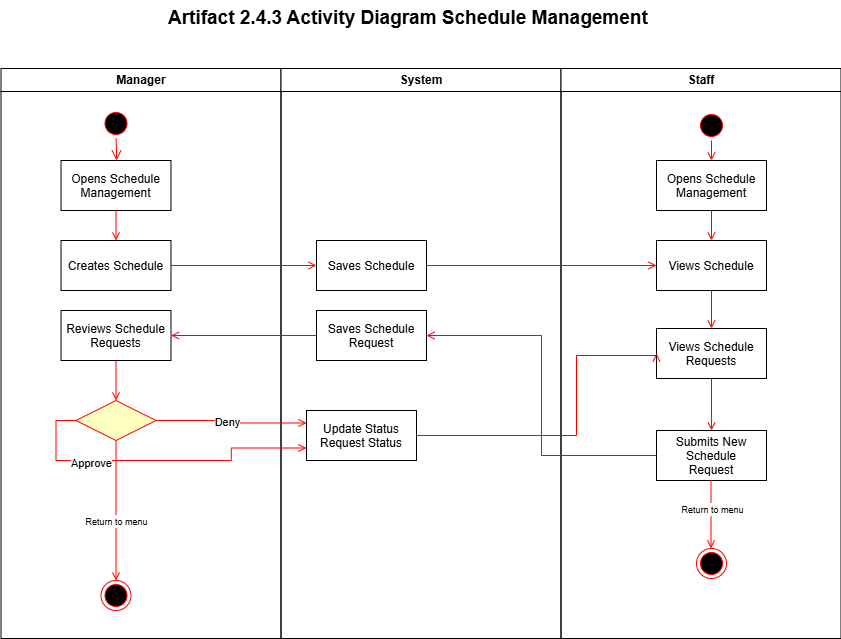
ReginaAqua/RestaurantManagementSystem keeps this draw.io diagram as Evidence Folder/2. Design Artifacts/Artifact 2.4 Activity Diagrams/Artifact 2.4.3 Activity Diagram Schedule Management.png. Above is the earlier version. Source tidied: cells renumbered, new cells last; positions are measured from the earlier drawing's top-left corner, leaving out a move shared by most shapes.
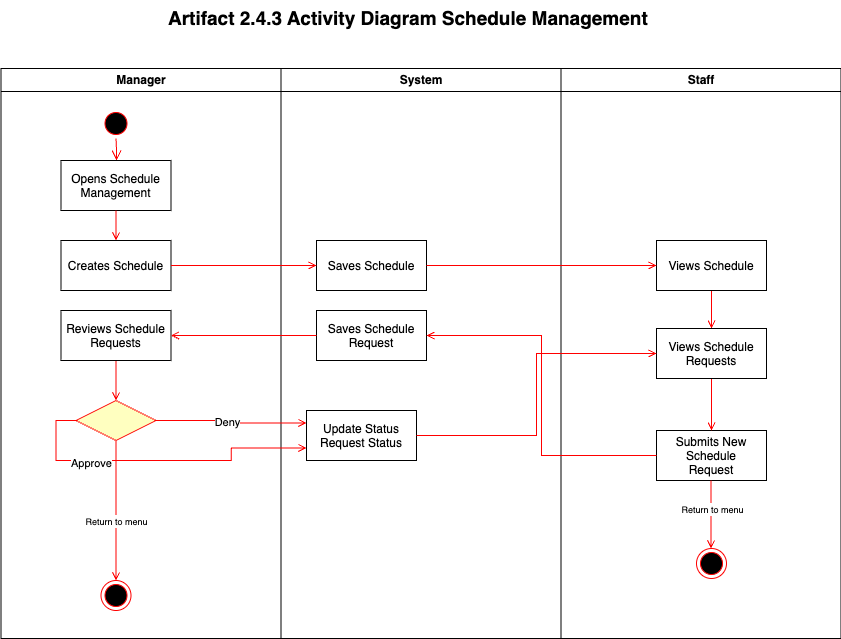
Above is the later version.

Commit message:
Added activity diagrams

What changed in the source:
```diff
@@ -63,18 +63,6 @@
     <mxCell id="20" value="Submits New&#10;Schedule&#10;Request" parent="19" vertex="1">
       <mxGeometry x="95.5" y="362" width="110" height="50" as="geometry" />
     </mxCell>
-    <mxCell id="21" style="edgeStyle=orthogonalEdgeStyle;shape=connector;rounded=0;jettySize=auto;html=1;exitX=0.5;exitY=1;exitDx=0;exitDy=0;entryX=0.5;entryY=0;entryDx=0;entryDy=0;strokeColor=light-dark(#ff0000, #ededed);align=center;verticalAlign=middle;fontFamily=Helvetica;fontSize=11;fontColor=default;labelBackgroundColor=default;endArrow=open;endFill=0;" parent="19" edge="1" source="22" target="24">
-      <mxGeometry relative="1" as="geometry" />
-    </mxCell>
-    <mxCell id="22" style="ellipse;shape=startState;fillColor=#000000;strokeColor=#ff0000;" parent="19" vertex="1">
-      <mxGeometry x="135.5" y="42" width="30" height="30" as="geometry" />
-    </mxCell>
-    <mxCell id="23" style="edgeStyle=orthogonalEdgeStyle;shape=connector;rounded=0;jettySize=auto;html=1;entryX=0.5;entryY=0;entryDx=0;entryDy=0;strokeColor=light-dark(#ff0000, #ededed);align=center;verticalAlign=middle;fontFamily=Helvetica;fontSize=11;fontColor=default;labelBackgroundColor=default;endArrow=open;endFill=0;" parent="19" edge="1" source="24" target="26">
-      <mxGeometry relative="1" as="geometry" />
-    </mxCell>
-    <mxCell id="24" value="Opens Schedule&#10;Management" parent="19" vertex="1">
-      <mxGeometry x="95.5" y="92" width="110" height="50" as="geometry" />
-    </mxCell>
     <mxCell id="25" style="edgeStyle=orthogonalEdgeStyle;shape=connector;rounded=0;jettySize=auto;html=1;entryX=0.5;entryY=0;entryDx=0;entryDy=0;strokeColor=light-dark(#ff0000, #ededed);align=center;verticalAlign=middle;fontFamily=Helvetica;fontSize=11;fontColor=default;labelBackgroundColor=default;endArrow=open;endFill=0;" parent="19" edge="1" source="26" target="28">
       <mxGeometry relative="1" as="geometry" />
     </mxCell>
@@ -128,16 +116,11 @@
     <mxCell id="40" value="Approve" style="edgeLabel;html=1;align=center;verticalAlign=middle;fontFamily=Helvetica;fontSize=11;fontColor=default;labelBackgroundColor=default;" parent="39" vertex="1">
       <mxGeometry x="-0.41" y="-2" relative="1" as="geometry" />
     </mxCell>
+    <mxCell id="42" value="&lt;b style=&quot;forced-color-adjust: none; color: rgb(0, 0, 0); font-family: Helvetica; font-size: 11px; font-style: normal; font-variant-ligatures: normal; font-variant-caps: normal; letter-spacing: normal; orphans: 2; text-indent: 0px; text-transform: none; widows: 2; word-spacing: 0px; -webkit-text-stroke-width: 0px; white-space: nowrap; text-decoration-thickness: initial; text-decoration-style: initial; text-decoration-color: initial; text-align: center;&quot;&gt;&lt;font style=&quot;forced-color-adjust: none; font-size: 19px;&quot;&gt;Artifact 2.4.3 Activity Diagram Schedule Management&lt;/font&gt;&lt;/b&gt;" style="text;whiteSpace=wrap;html=1;fontFamily=Helvetica;fontSize=11;fontColor=default;labelBackgroundColor=default;" parent="1" vertex="1">
+      <mxGeometry x="166" width="560" height="50" as="geometry" />
+    </mxCell>
-    <mxCell id="41" style="edgeStyle=orthogonalEdgeStyle;shape=connector;rounded=0;jettySize=auto;html=1;entryX=0;entryY=0.5;entryDx=0;entryDy=0;strokeColor=light-dark(#ff0000, #ededed);align=center;verticalAlign=middle;fontFamily=Helvetica;fontSize=11;fontColor=default;labelBackgroundColor=default;endArrow=open;endFill=0;" parent="1" edge="1" source="18" target="28">
-      <mxGeometry relative="1" as="geometry">
-        <Array as="points">
-          <mxPoint x="576" y="435" />
-          <mxPoint x="576" y="355" />
-        </Array>
-      </mxGeometry>
+    <mxCell id="41" style="edgeStyle=orthogonalEdgeStyle;rounded=0;jettySize=auto;html=1;entryX=0;entryY=0.5;entryDx=0;entryDy=0;strokeColor=light-dark(#ff0000, #ededed);endArrow=open;endFill=0;" parent="1" edge="1" source="18" target="28">
+      <mxGeometry relative="1" as="geometry" />
     </mxCell>
-    <mxCell id="42" value="&lt;b style=&quot;forced-color-adjust: none; color: rgb(0, 0, 0); font-family: Helvetica; font-size: 11px; font-style: normal; font-variant-ligatures: normal; font-variant-caps: normal; letter-spacing: normal; orphans: 2; text-indent: 0px; text-transform: none; widows: 2; word-spacing: 0px; -webkit-text-stroke-width: 0px; white-space: nowrap; text-decoration-thickness: initial; text-decoration-style: initial; text-decoration-color: initial; text-align: center;&quot;&gt;&lt;font style=&quot;forced-color-adjust: none; font-size: 19px;&quot;&gt;Artifact 2.4.3 Activity Diagram Schedule Management&lt;/font&gt;&lt;/b&gt;" style="text;whiteSpace=wrap;html=1;fontFamily=Helvetica;fontSize=11;fontColor=default;labelBackgroundColor=default;" parent="1" vertex="1">
-      <mxGeometry x="166" width="560" height="50" as="geometry" />
-    </mxCell>
   </root>
 </mxGraphModel>
```
